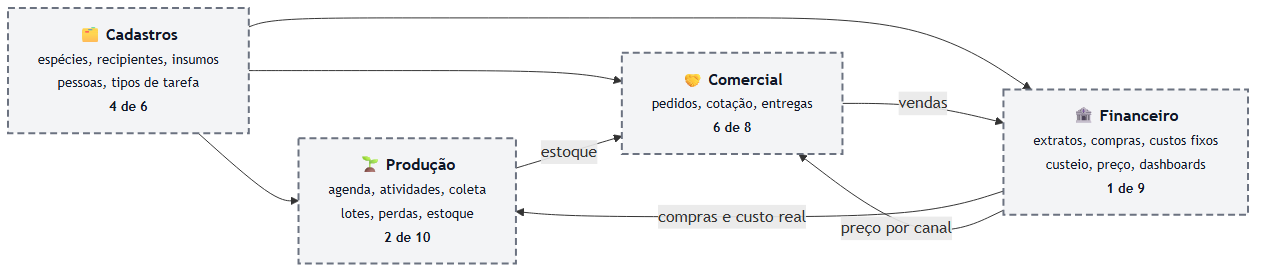
Before: docs/rotinas/img/mapa-4-areas.png, a diagram exported from Mermaid (JoaoMudar/mudar). Its source is kept beside it as docs/rotinas/img/mapa-4-areas.mmd. Its diagram source:
```mermaid
flowchart LR
  C["🗂️ <b>Cadastros</b><br/><small>espécies, recipientes, insumos<br/>pessoas, tipos de tarefa<br/><b>4 de 6</b></small>"]
  R["🌱 <b>Produção</b><br/><small>agenda, atividades, coleta<br/>lotes, perdas, estoque<br/><b>2 de 10</b></small>"]
  P["🤝 <b>Comercial</b><br/><small>pedidos, cotação, entregas<br/><b>6 de 8</b></small>"]
  F["🏦 <b>Financeiro</b><br/><small>extratos, compras, custos fixos<br/>custeio, preço, dashboards<br/><b>1 de 9</b></small>"]

  C --> R
  C --> P
  C --> F
  R -->|"estoque"| P
  P -->|"vendas"| F
  F -->|"compras e custo real"| R
  F -->|"preço por canal"| P

  classDef ok fill:#dcfce7,stroke:#16a34a,stroke-width:2px,color:#111
  classDef meio fill:#fef3c7,stroke:#d97706,stroke-width:2px,color:#111
  classDef falta fill:#fee2e2,stroke:#dc2626,stroke-width:2px,color:#111
  classDef grupo fill:#f8fafc,stroke:#cbd5e1,stroke-width:1px,color:#334155
  classDef ator fill:#374151,stroke:#111827,stroke-width:2px,color:#f9fafb
  classDef decisao fill:#e2e8f0,stroke:#475569,stroke-width:2px,color:#111

  class C,R,P,F meio
```
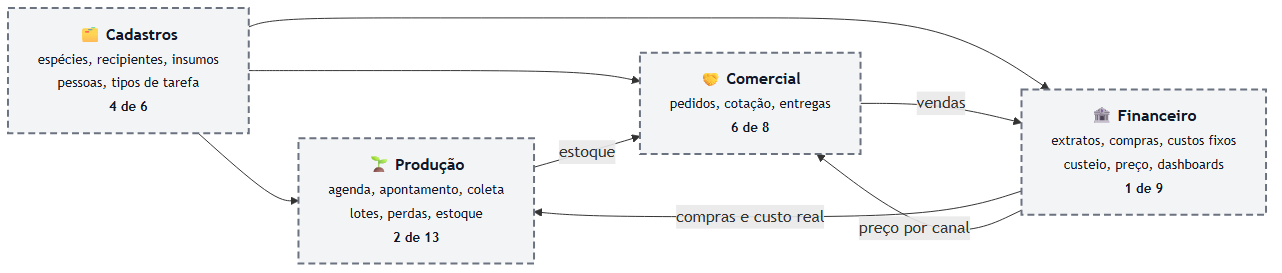
After the commit.

What changed in the source:
```diff
@@ -1,6 +1,6 @@
 flowchart LR
   C["🗂️ <b>Cadastros</b><br/><small>espécies, recipientes, insumos<br/>pessoas, tipos de tarefa<br/><b>4 de 6</b></small>"]
-  R["🌱 <b>Produção</b><br/><small>agenda, atividades, coleta<br/>lotes, perdas, estoque<br/><b>2 de 10</b></small>"]
+  R["🌱 <b>Produção</b><br/><small>agenda, apontamento, coleta<br/>lotes, perdas, estoque<br/><b>2 de 13</b></small>"]
   P["🤝 <b>Comercial</b><br/><small>pedidos, cotação, entregas<br/><b>6 de 8</b></small>"]
   F["🏦 <b>Financeiro</b><br/><small>extratos, compras, custos fixos<br/>custeio, preço, dashboards<br/><b>1 de 9</b></small>"]
 
```
